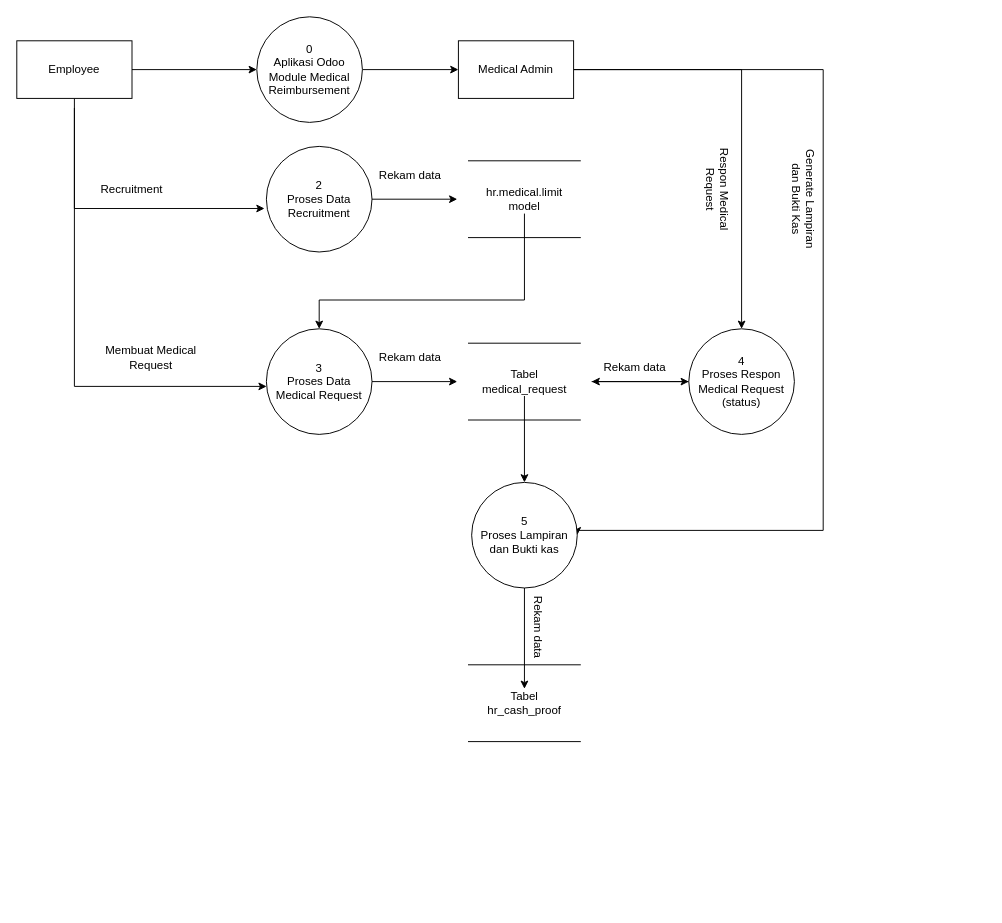
Above: DFD medical.drawio in jezreelkosasih/diagram (draw.io), before the change. Source tidied: cells renumbered, new cells numbered last; positions are measured from the earlier drawing's top-left corner, leaving out a move shared by most shapes. Both pictures are drawn from the tidied source at 96%, with x=0, y=0 at pixel (16, 16).
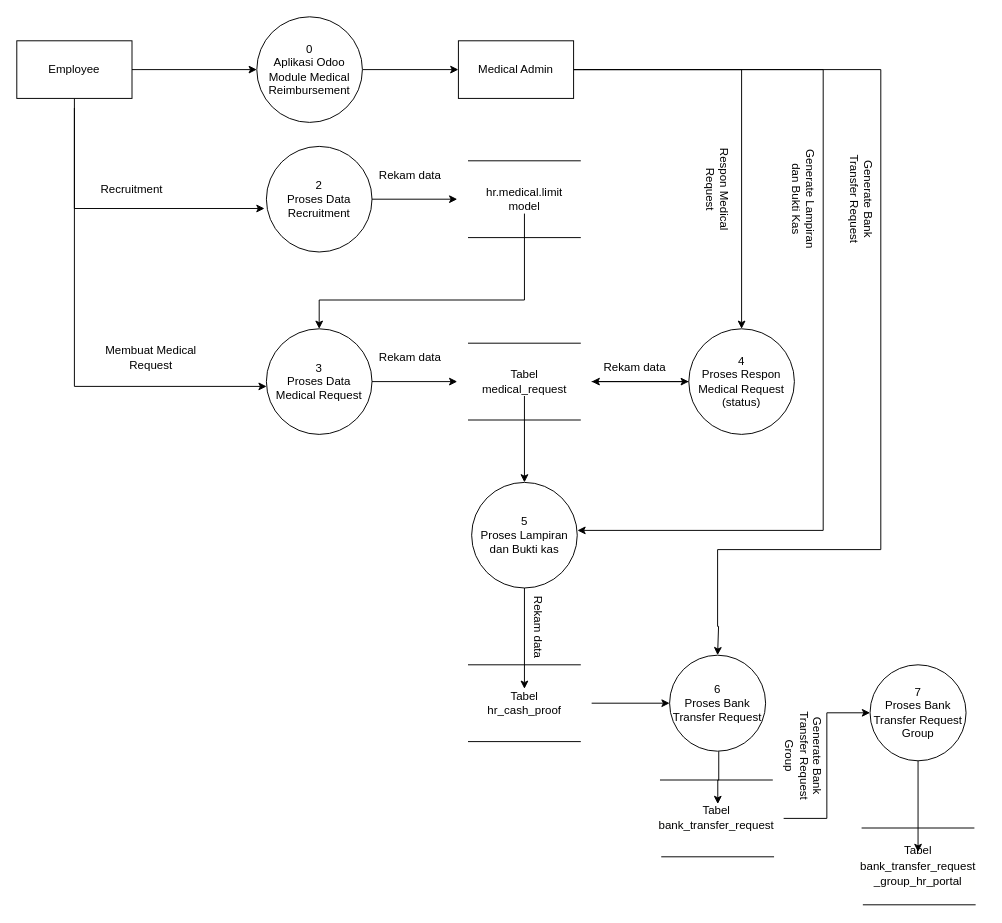
After the change.

Unchanged cells that the change refers to:
```xml
<mxCell id="9" value="Medical Admin" style="rounded=0;whiteSpace=wrap;html=1;" parent="1" vertex="1">
  <mxGeometry x="460" y="25" width="120" height="60" as="geometry" />
</mxCell>
<mxCell id="34" value="5&lt;br&gt;Proses Lampiran dan Bukti kas" style="ellipse;whiteSpace=wrap;html=1;" parent="1" vertex="1">
  <mxGeometry x="473.8" y="485" width="110" height="110" as="geometry" />
</mxCell>
<mxCell id="41" value="Tabel &lt;br&gt;hr_cash_proof" style="text;html=1;strokeColor=none;fillColor=none;align=center;verticalAlign=middle;whiteSpace=wrap;rounded=0;" parent="38" vertex="1">
  <mxGeometry x="-11.2" y="25" width="140" height="30" as="geometry" />
</mxCell>
```

The edit, as a diff of the source:
```diff
@@
-    <mxCell id="8" style="edgeStyle=orthogonalEdgeStyle;rounded=0;jettySize=auto;html=1;entryX=1;entryY=0.5;entryDx=0;entryDy=0;" parent="1" edge="1" source="9" target="34">
+    <mxCell id="8" style="edgeStyle=orthogonalEdgeStyle;rounded=0;jettySize=auto;html=1;" parent="1" edge="1" source="9">
       <mxGeometry relative="1" as="geometry">
+        <mxPoint x="584" y="535" as="targetPoint" />
         <Array as="points">
           <mxPoint x="840" y="55" />
           <mxPoint x="840" y="535" />
           <mxPoint x="584" y="535" />
         </Array>
       </mxGeometry>
     </mxCell>
+    <mxCell id="43" style="edgeStyle=orthogonalEdgeStyle;rounded=0;jettySize=auto;html=1;entryX=0.5;entryY=0;entryDx=0;entryDy=0;" parent="1" edge="1" source="9" target="45">
+      <mxGeometry relative="1" as="geometry">
+        <Array as="points">
+          <mxPoint x="900" y="55" />
+          <mxPoint x="900" y="555" />
+          <mxPoint x="730" y="555" />
+          <mxPoint x="730" y="635" />
+          <mxPoint x="731" y="635" />
+        </Array>
+      </mxGeometry>
+    </mxCell>
@@
+    <mxCell id="44" style="edgeStyle=orthogonalEdgeStyle;rounded=0;jettySize=auto;html=1;" parent="1" edge="1" source="45" target="58">
+      <mxGeometry relative="1" as="geometry">
+        <Array as="points">
+          <mxPoint x="731.2" y="795" />
+          <mxPoint x="730.2" y="795" />
+        </Array>
+      </mxGeometry>
+    </mxCell>
+    <mxCell id="45" value="6&lt;br&gt;Proses Bank Transfer Request" style="ellipse;whiteSpace=wrap;html=1;" parent="1" vertex="1">
+      <mxGeometry x="680" y="665" width="100" height="100" as="geometry" />
+    </mxCell>
+    <mxCell id="46" style="edgeStyle=orthogonalEdgeStyle;rounded=0;jettySize=auto;html=1;entryX=0;entryY=0.5;entryDx=0;entryDy=0;" parent="1" edge="1" source="41" target="45">
+      <mxGeometry relative="1" as="geometry" />
+    </mxCell>
+    <mxCell id="47" style="edgeStyle=orthogonalEdgeStyle;rounded=0;jettySize=auto;html=1;" parent="1" edge="1" source="48" target="53">
+      <mxGeometry relative="1" as="geometry" />
+    </mxCell>
+    <mxCell id="48" value="7&lt;br&gt;Proses Bank Transfer Request&lt;br&gt;Group" style="ellipse;whiteSpace=wrap;html=1;" parent="1" vertex="1">
+      <mxGeometry x="888.8" y="675" width="100" height="100" as="geometry" />
+    </mxCell>
+    <mxCell id="49" style="edgeStyle=orthogonalEdgeStyle;rounded=0;jettySize=auto;html=1;entryX=0;entryY=0.5;entryDx=0;entryDy=0;" parent="1" edge="1" source="58" target="48">
+      <mxGeometry relative="1" as="geometry" />
+    </mxCell>
+    <mxCell id="50" style="group;" parent="1" vertex="1">
+      <mxGeometry x="880" y="845" width="128.8" height="80" as="geometry" />
+    </mxCell>
+    <mxCell id="51" style="group;" parent="50" vertex="1">
+      <mxGeometry width="128.8" height="80" as="geometry" />
+    </mxCell>
+    <mxCell id="52" style="endArrow=none;html=1;rounded=0;" parent="51" edge="1">
+      <mxGeometry relative="1" as="geometry">
+        <mxPoint as="sourcePoint" />
+        <mxPoint x="117.5" as="targetPoint" />
+      </mxGeometry>
+    </mxCell>
+    <mxCell id="53" value="Tabel &lt;br&gt;&lt;div style=&quot;background-color: rgb(255, 255, 254); line-height: 16px;&quot;&gt;&lt;div style=&quot;line-height: 16px;&quot;&gt;bank_transfer_request&lt;/div&gt;&lt;div style=&quot;line-height: 16px;&quot;&gt;_group_hr_portal&lt;/div&gt;&lt;/div&gt;" style="text;html=1;strokeColor=none;fillColor=none;align=center;verticalAlign=middle;whiteSpace=wrap;rounded=0;" parent="51" vertex="1">
+      <mxGeometry x="-11.2" y="25" width="140" height="30" as="geometry" />
+    </mxCell>
+    <mxCell id="54" style="endArrow=none;html=1;rounded=0;" parent="50" edge="1">
+      <mxGeometry relative="1" as="geometry">
+        <mxPoint x="1.3" y="80" as="sourcePoint" />
+        <mxPoint x="118.8" y="80" as="targetPoint" />
+      </mxGeometry>
+    </mxCell>
+    <mxCell id="55" style="group;" parent="1" vertex="1">
+      <mxGeometry x="670" y="795" width="128.8" height="80" as="geometry" />
+    </mxCell>
+    <mxCell id="56" style="group;" parent="55" vertex="1">
+      <mxGeometry width="128.8" height="80" as="geometry" />
+    </mxCell>
+    <mxCell id="57" style="endArrow=none;html=1;rounded=0;" parent="56" edge="1">
+      <mxGeometry relative="1" as="geometry">
+        <mxPoint as="sourcePoint" />
+        <mxPoint x="117.5" as="targetPoint" />
+      </mxGeometry>
+    </mxCell>
+    <mxCell id="58" value="Tabel &lt;br&gt;&lt;div style=&quot;background-color: rgb(255, 255, 254); line-height: 16px;&quot;&gt;bank_transfer_request&lt;/div&gt;" style="text;html=1;strokeColor=none;fillColor=none;align=center;verticalAlign=middle;whiteSpace=wrap;rounded=0;" parent="56" vertex="1">
+      <mxGeometry x="-11.2" y="25" width="140" height="30" as="geometry" />
+    </mxCell>
+    <mxCell id="59" style="endArrow=none;html=1;rounded=0;" parent="55" edge="1">
+      <mxGeometry relative="1" as="geometry">
+        <mxPoint x="1.3" y="80" as="sourcePoint" />
+        <mxPoint x="118.8" y="80" as="targetPoint" />
+      </mxGeometry>
+    </mxCell>
+    <mxCell id="60" value="Generate Bank Transfer Request" style="text;html=1;strokeColor=none;fillColor=none;align=center;verticalAlign=middle;whiteSpace=wrap;rounded=0;rotation=90;" parent="1" vertex="1">
+      <mxGeometry x="820" y="175" width="120" height="30" as="geometry" />
+    </mxCell>
+    <mxCell id="61" value="Generate Bank Transfer Request Group&lt;br&gt;" style="text;html=1;strokeColor=none;fillColor=none;align=center;verticalAlign=middle;whiteSpace=wrap;rounded=0;rotation=90;" parent="1" vertex="1">
+      <mxGeometry x="760" y="755" width="120" height="30" as="geometry" />
+    </mxCell>
```
